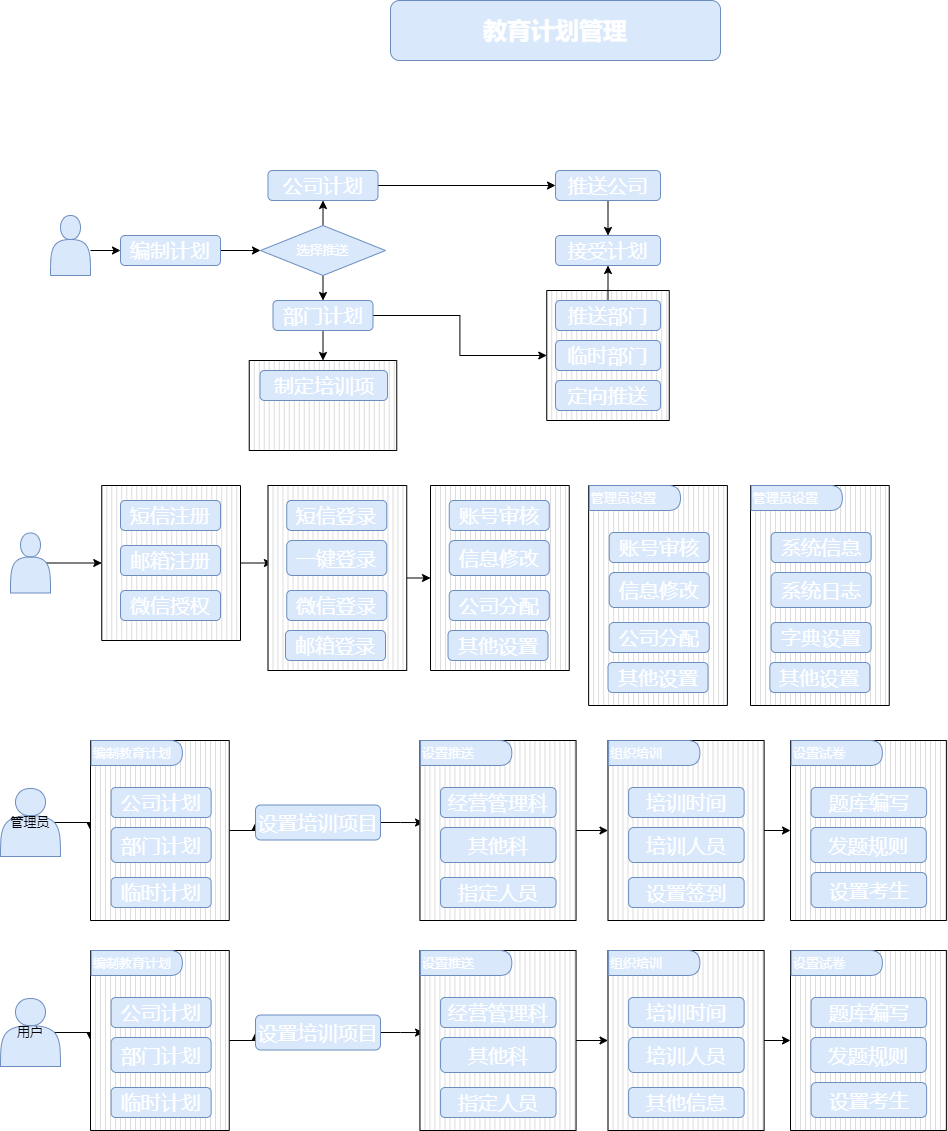
Earlier version of the draw.io export Untitled Diagram.drawio.png (lenonjone/Toolkits). Source tidied: cells renumbered, new cells last; positions are measured from the earlier drawing's top-left corner, leaving out a move shared by most shapes.
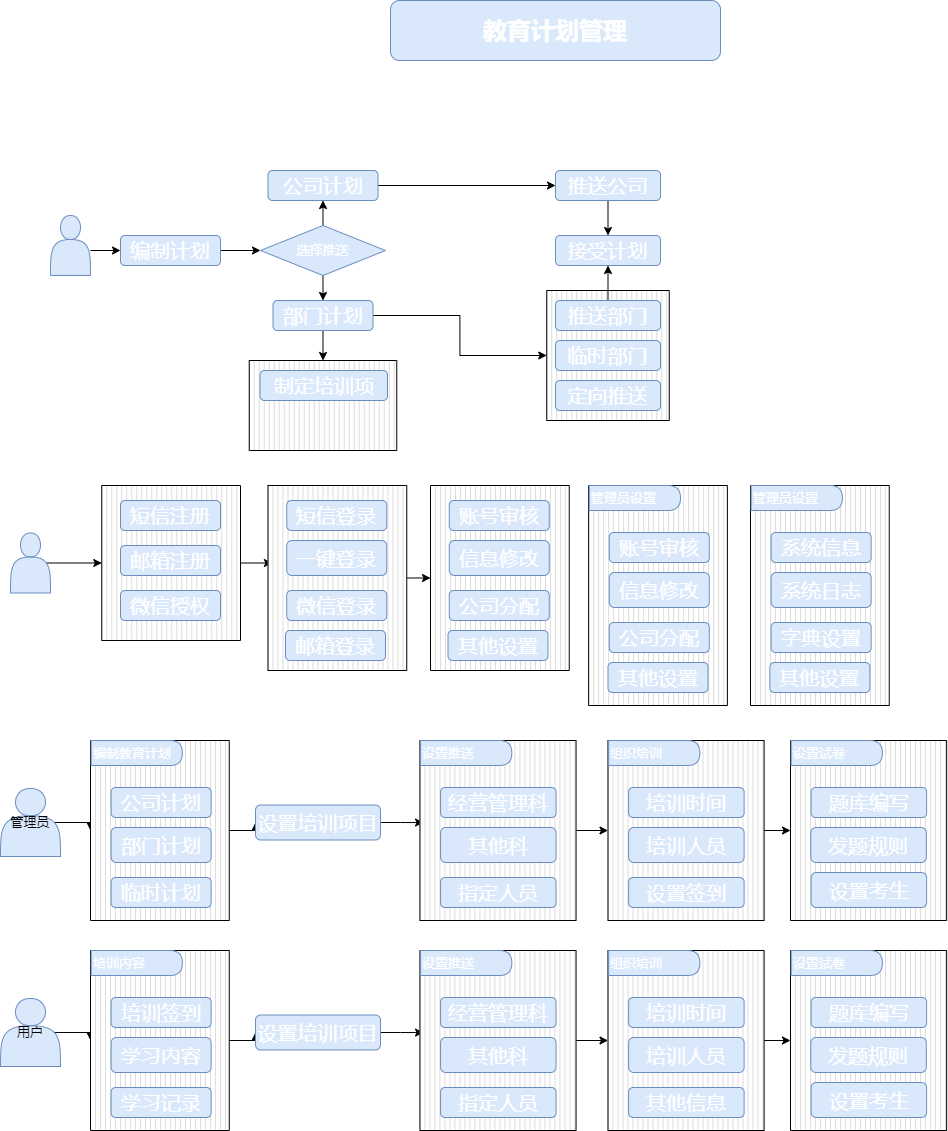
The same file after the commit.

The edit, as a diff of the source:
```diff
@@ -256,16 +256,16 @@
     <mxCell id="85" style="verticalLabelPosition=bottom;verticalAlign=top;html=1;shape=mxgraph.basic.patternFillRect;fillStyle=vert;step=5;fillStrokeWidth=0.2;fillStrokeColor=#dddddd;fontSize=13;fontColor=#FFFFFF;" parent="1" vertex="1">
       <mxGeometry x="90" y="950" width="138.8" height="180" as="geometry" />
     </mxCell>
-    <mxCell id="86" value="公司计划" style="rounded=1;whiteSpace=wrap;html=1;fillColor=#dae8fc;strokeColor=#6c8ebf;fontColor=#FFFFFF;fontStyle=0;fontSize=20;" parent="1" vertex="1">
+    <mxCell id="86" value="培训签到" style="rounded=1;whiteSpace=wrap;html=1;fillColor=#dae8fc;strokeColor=#6c8ebf;fontColor=#FFFFFF;fontStyle=0;fontSize=20;" parent="1" vertex="1">
       <mxGeometry x="110.6" y="997" width="100" height="30" as="geometry" />
     </mxCell>
-    <mxCell id="87" value="部门计划" style="rounded=1;whiteSpace=wrap;html=1;fillColor=#dae8fc;strokeColor=#6c8ebf;fontColor=#FFFFFF;fontStyle=0;fontSize=20;" parent="1" vertex="1">
+    <mxCell id="87" value="学习内容" style="rounded=1;whiteSpace=wrap;html=1;fillColor=#dae8fc;strokeColor=#6c8ebf;fontColor=#FFFFFF;fontStyle=0;fontSize=20;" parent="1" vertex="1">
       <mxGeometry x="110.6" y="1037" width="100" height="35" as="geometry" />
     </mxCell>
-    <mxCell id="88" value="临时计划" style="rounded=1;whiteSpace=wrap;html=1;fillColor=#dae8fc;strokeColor=#6c8ebf;fontColor=#FFFFFF;fontStyle=0;fontSize=20;" parent="1" vertex="1">
+    <mxCell id="88" value="学习记录" style="rounded=1;whiteSpace=wrap;html=1;fillColor=#dae8fc;strokeColor=#6c8ebf;fontColor=#FFFFFF;fontStyle=0;fontSize=20;" parent="1" vertex="1">
       <mxGeometry x="110.6" y="1087" width="100" height="30" as="geometry" />
     </mxCell>
-    <mxCell id="89" value="编制教育计划" style="shape=delay;whiteSpace=wrap;html=1;fontSize=13;align=left;fillColor=#dae8fc;strokeColor=#6c8ebf;fontColor=#FFFFFF;" parent="1" vertex="1">
+    <mxCell id="89" value="培训内容" style="shape=delay;whiteSpace=wrap;html=1;fontSize=13;align=left;fillColor=#dae8fc;strokeColor=#6c8ebf;fontColor=#FFFFFF;" parent="1" vertex="1">
       <mxGeometry x="90.6" y="950" width="91.2" height="25" as="geometry" />
     </mxCell>
     <mxCell id="90" style="edgeStyle=orthogonalEdgeStyle;rounded=0;jettySize=auto;html=1;exitX=1;exitY=0.5;exitDx=0;exitDy=0;entryX=0.023;entryY=0.456;entryDx=0;entryDy=0;entryPerimeter=0;fontSize=13;fontColor=#FFFFFF;" parent="1" edge="1" source="91" target="93">
```
